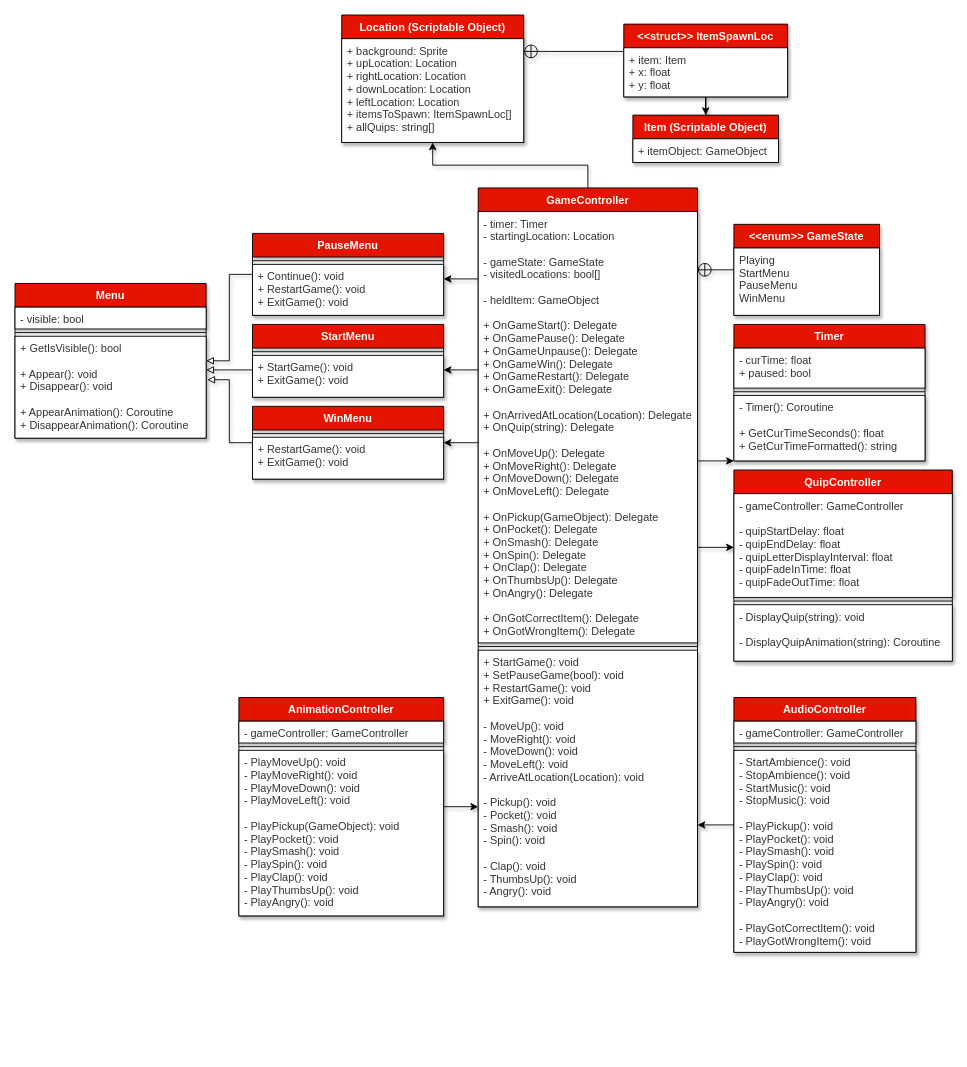
Before: Trapped in Costco UML.drawio in BagelMaster5000/Trapped-In-Costco, a draw.io diagram. Source tidied: cells renumbered, new cells numbered last; positions are measured from the earlier drawing's top-left corner, leaving out a move shared by most shapes. Both pictures are drawn from the tidied source at 91%, with x=0, y=0 at pixel (15, 15).
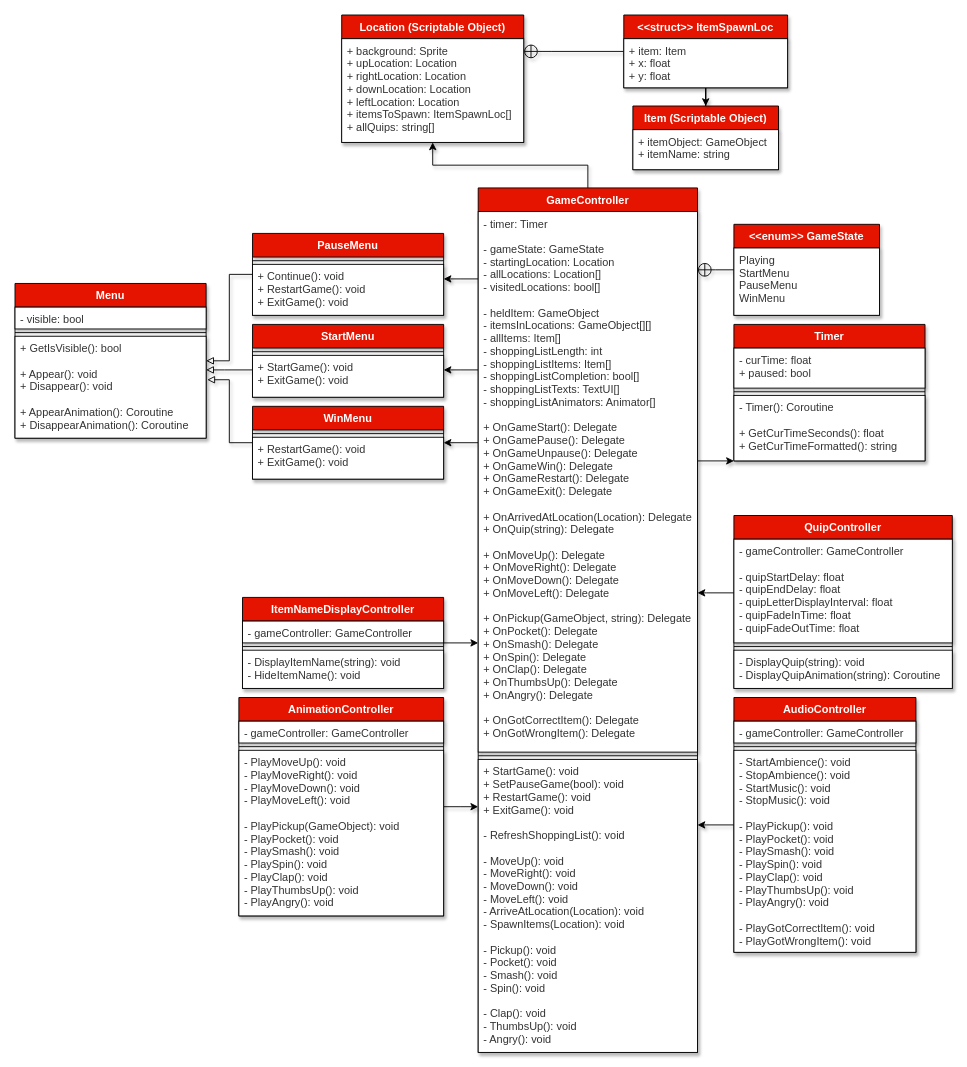
The same diagram, later.

Commit message:
Updated UML to include shopping list

Diff of the diagram source:
```diff
@@
     <mxCell id="2" value="Item (Scriptable Object)" style="swimlane;fontStyle=1;align=center;verticalAlign=top;horizontal=1;startSize=26;fillColor=#e51400;labelBackgroundColor=none;labelBorderColor=none;shadow=1;fontColor=#ffffff;" parent="1" vertex="1">
-      <mxGeometry x="679" y="110" width="160" height="52" as="geometry" />
+      <mxGeometry x="679" y="100" width="160" height="70" as="geometry" />
     </mxCell>
-    <mxCell id="3" value="+ itemObject: GameObject" style="text;align=left;verticalAlign=top;spacingLeft=4;spacingRight=4;overflow=hidden;fillColor=#FFFFFF;labelBackgroundColor=none;labelBorderColor=none;fontColor=#333333;shadow=1;strokeColor=#000000;" parent="2" vertex="1">
-      <mxGeometry y="26" width="160" height="26" as="geometry" />
+    <mxCell id="3" value="+ itemObject: GameObject&#10;+ itemName: string" style="text;align=left;verticalAlign=top;spacingLeft=4;spacingRight=4;overflow=hidden;fillColor=#FFFFFF;labelBackgroundColor=none;labelBorderColor=none;fontColor=#333333;shadow=1;strokeColor=#000000;" parent="2" vertex="1">
+      <mxGeometry y="26" width="160" height="44" as="geometry" />
     </mxCell>
@@
-    <mxCell id="10" style="edgeStyle=orthogonalEdgeStyle;rounded=0;jettySize=auto;html=1;startArrow=none;startFill=0;endArrow=classic;endFill=1;fillColor=#FFFFFF;labelBackgroundColor=none;labelBorderColor=none;shadow=1;" parent="1" edge="1" source="11" target="49">
-      <mxGeometry relative="1" as="geometry">
-        <Array as="points">
-          <mxPoint x="740" y="585" />
-          <mxPoint x="740" y="585" />
-        </Array>
-      </mxGeometry>
-    </mxCell>
     <mxCell id="11" value="GameController" style="swimlane;fontStyle=1;align=center;verticalAlign=top;horizontal=1;startSize=26;fillColor=#e51400;labelBackgroundColor=none;labelBorderColor=none;shadow=1;fontColor=#ffffff;" parent="1" vertex="1">
-      <mxGeometry x="509" y="190" width="241" height="790" as="geometry" />
+      <mxGeometry x="509" y="190" width="241" height="950" as="geometry" />
     </mxCell>
-    <mxCell id="12" value="- timer: Timer&#10;- startingLocation: Location&#10;&#10;- gameState: GameState&#10;- visitedLocations: bool[]&#10;&#10;- heldItem: GameObject&#10;&#10;+ OnGameStart(): Delegate&#10;+ OnGamePause(): Delegate&#10;+ OnGameUnpause(): Delegate&#10;+ OnGameWin(): Delegate&#10;+ OnGameRestart(): Delegate&#10;+ OnGameExit(): Delegate&#10;&#10;+ OnArrivedAtLocation(Location): Delegate&#10;+ OnQuip(string): Delegate&#10;&#10;+ OnMoveUp(): Delegate&#10;+ OnMoveRight(): Delegate&#10;+ OnMoveDown(): Delegate&#10;+ OnMoveLeft(): Delegate&#10;&#10;+ OnPickup(GameObject): Delegate&#10;+ OnPocket(): Delegate&#10;+ OnSmash(): Delegate&#10;+ OnSpin(): Delegate&#10;+ OnClap(): Delegate&#10;+ OnThumbsUp(): Delegate&#10;+ OnAngry(): Delegate&#10;&#10;+ OnGotCorrectItem(): Delegate&#10;+ OnGotWrongItem(): Delegate&#10;" style="text;align=left;verticalAlign=top;spacingLeft=4;spacingRight=4;overflow=hidden;fillColor=#FFFFFF;labelBackgroundColor=none;labelBorderColor=none;fontColor=#333333;shadow=1;strokeColor=#000000;" parent="11" vertex="1">
-      <mxGeometry y="26" width="241" height="474" as="geometry" />
+    <mxCell id="12" value="- timer: Timer&#10;&#10;- gameState: GameState&#10;- startingLocation: Location&#10;- allLocations: Location[]&#10;- visitedLocations: bool[]&#10;&#10;- heldItem: GameObject&#10;- itemsInLocations: GameObject[][]&#10;- allItems: Item[]&#10;- shoppingListLength: int&#10;- shoppingListItems: Item[]&#10;- shoppingListCompletion: bool[]&#10;- shoppingListTexts: TextUI[]&#10;- shoppingListAnimators: Animator[]&#10;&#10;+ OnGameStart(): Delegate&#10;+ OnGamePause(): Delegate&#10;+ OnGameUnpause(): Delegate&#10;+ OnGameWin(): Delegate&#10;+ OnGameRestart(): Delegate&#10;+ OnGameExit(): Delegate&#10;&#10;+ OnArrivedAtLocation(Location): Delegate&#10;+ OnQuip(string): Delegate&#10;&#10;+ OnMoveUp(): Delegate&#10;+ OnMoveRight(): Delegate&#10;+ OnMoveDown(): Delegate&#10;+ OnMoveLeft(): Delegate&#10;&#10;+ OnPickup(GameObject, string): Delegate&#10;+ OnPocket(): Delegate&#10;+ OnSmash(): Delegate&#10;+ OnSpin(): Delegate&#10;+ OnClap(): Delegate&#10;+ OnThumbsUp(): Delegate&#10;+ OnAngry(): Delegate&#10;&#10;+ OnGotCorrectItem(): Delegate&#10;+ OnGotWrongItem(): Delegate&#10;" style="text;align=left;verticalAlign=top;spacingLeft=4;spacingRight=4;overflow=hidden;fillColor=#FFFFFF;labelBackgroundColor=none;labelBorderColor=none;fontColor=#333333;shadow=1;strokeColor=#000000;" parent="11" vertex="1">
+      <mxGeometry y="26" width="241" height="594" as="geometry" />
     </mxCell>
     <mxCell id="13" style="line;strokeWidth=1;align=left;verticalAlign=middle;spacingTop=-1;spacingLeft=3;spacingRight=3;labelPosition=right;fillColor=#FFFFFF;labelBackgroundColor=none;labelBorderColor=none;fontColor=#333333;shadow=1;" parent="11" vertex="1">
-      <mxGeometry y="500" width="241" height="8" as="geometry" />
+      <mxGeometry y="620" width="241" height="8" as="geometry" />
     </mxCell>
-    <mxCell id="14" value="+ StartGame(): void&#10;+ SetPauseGame(bool): void&#10;+ RestartGame(): void&#10;+ ExitGame(): void&#10;&#10;- MoveUp(): void&#10;- MoveRight(): void&#10;- MoveDown(): void&#10;- MoveLeft(): void&#10;- ArriveAtLocation(Location): void&#10;&#10;- Pickup(): void&#10;- Pocket(): void&#10;- Smash(): void&#10;- Spin(): void&#10;&#10;- Clap(): void&#10;- ThumbsUp(): void&#10;- Angry(): void" style="text;align=left;verticalAlign=top;spacingLeft=4;spacingRight=4;overflow=hidden;fillColor=#FFFFFF;labelBackgroundColor=none;labelBorderColor=none;fontColor=#333333;shadow=1;strokeColor=#000000;" parent="11" vertex="1">
-      <mxGeometry y="508" width="241" height="282" as="geometry" />
+    <mxCell id="14" value="+ StartGame(): void&#10;+ SetPauseGame(bool): void&#10;+ RestartGame(): void&#10;+ ExitGame(): void&#10;&#10;- RefreshShoppingList(): void&#10;&#10;- MoveUp(): void&#10;- MoveRight(): void&#10;- MoveDown(): void&#10;- MoveLeft(): void&#10;- ArriveAtLocation(Location): void&#10;- SpawnItems(Location): void&#10;&#10;- Pickup(): void&#10;- Pocket(): void&#10;- Smash(): void&#10;- Spin(): void&#10;&#10;- Clap(): void&#10;- ThumbsUp(): void&#10;- Angry(): void" style="text;align=left;verticalAlign=top;spacingLeft=4;spacingRight=4;overflow=hidden;fillColor=#FFFFFF;labelBackgroundColor=none;labelBorderColor=none;fontColor=#333333;shadow=1;strokeColor=#000000;" parent="11" vertex="1">
+      <mxGeometry y="628" width="241" height="322" as="geometry" />
     </mxCell>
@@
     <mxCell id="45" value="&lt;&lt;struct&gt;&gt; ItemSpawnLoc" style="swimlane;fontStyle=1;align=center;verticalAlign=top;horizontal=1;startSize=26;fillColor=#e51400;labelBackgroundColor=none;labelBorderColor=none;shadow=1;fontColor=#ffffff;" parent="1" vertex="1">
-      <mxGeometry x="669" y="10" width="180" height="80" as="geometry" />
+      <mxGeometry x="669" width="180" height="80" as="geometry" />
     </mxCell>
@@
+    <mxCell id="57" style="edgeStyle=orthogonalEdgeStyle;rounded=0;jettySize=auto;html=1;" parent="1" edge="1" source="49" target="11">
+      <mxGeometry relative="1" as="geometry">
+        <Array as="points">
+          <mxPoint x="760" y="635" />
+          <mxPoint x="760" y="635" />
+        </Array>
+      </mxGeometry>
+    </mxCell>
     <mxCell id="49" value="QuipController" style="swimlane;fontStyle=1;align=center;verticalAlign=top;horizontal=1;startSize=26;fillColor=#e51400;labelBackgroundColor=none;labelBorderColor=none;shadow=1;fontColor=#ffffff;" parent="1" vertex="1">
-      <mxGeometry x="790" y="500" width="240" height="210" as="geometry" />
+      <mxGeometry x="790" y="550" width="240" height="190" as="geometry" />
     </mxCell>
@@
-    <mxCell id="52" value="- DisplayQuip(string): void&#10;&#10;- DisplayQuipAnimation(string): Coroutine" style="text;align=left;verticalAlign=top;spacingLeft=4;spacingRight=4;overflow=hidden;fillColor=#FFFFFF;labelBackgroundColor=none;labelBorderColor=none;fontColor=#333333;shadow=1;strokeColor=#000000;" parent="49" vertex="1">
-      <mxGeometry y="148" width="240" height="62" as="geometry" />
+    <mxCell id="52" value="- DisplayQuip(string): void&#10;- DisplayQuipAnimation(string): Coroutine" style="text;align=left;verticalAlign=top;spacingLeft=4;spacingRight=4;overflow=hidden;fillColor=#FFFFFF;labelBackgroundColor=none;labelBorderColor=none;fontColor=#333333;shadow=1;strokeColor=#000000;" parent="49" vertex="1">
+      <mxGeometry y="148" width="240" height="42" as="geometry" />
     </mxCell>
@@
+    <mxCell id="58" style="edgeStyle=orthogonalEdgeStyle;rounded=0;jettySize=auto;html=1;" parent="1" edge="1" source="59" target="11">
+      <mxGeometry relative="1" as="geometry">
+        <Array as="points">
+          <mxPoint x="500" y="690" />
+          <mxPoint x="500" y="690" />
+        </Array>
+      </mxGeometry>
+    </mxCell>
+    <mxCell id="59" value="ItemNameDisplayController" style="swimlane;fontStyle=1;align=center;verticalAlign=top;horizontal=1;startSize=26;fillColor=#e51400;labelBackgroundColor=none;labelBorderColor=none;shadow=1;fontColor=#ffffff;" parent="1" vertex="1">
+      <mxGeometry x="250" y="640" width="221" height="100" as="geometry" />
+    </mxCell>
+    <mxCell id="60" value="- gameController: GameController" style="text;align=left;verticalAlign=top;spacingLeft=4;spacingRight=4;overflow=hidden;fillColor=#FFFFFF;labelBackgroundColor=none;labelBorderColor=none;fontColor=#333333;shadow=1;strokeColor=#000000;" parent="59" vertex="1">
+      <mxGeometry y="26" width="221" height="24" as="geometry" />
+    </mxCell>
+    <mxCell id="61" style="line;strokeWidth=1;align=left;verticalAlign=middle;spacingTop=-1;spacingLeft=3;spacingRight=3;labelPosition=right;fillColor=#FFFFFF;labelBackgroundColor=none;labelBorderColor=none;fontColor=#333333;shadow=1;" parent="59" vertex="1">
+      <mxGeometry y="50" width="221" height="8" as="geometry" />
+    </mxCell>
+    <mxCell id="62" value="- DisplayItemName(string): void&#10;- HideItemName(): void" style="text;align=left;verticalAlign=top;spacingLeft=4;spacingRight=4;overflow=hidden;fillColor=#FFFFFF;labelBackgroundColor=none;labelBorderColor=none;fontColor=#333333;shadow=1;strokeColor=#000000;" parent="59" vertex="1">
+      <mxGeometry y="58" width="221" height="42" as="geometry" />
+    </mxCell>
```
